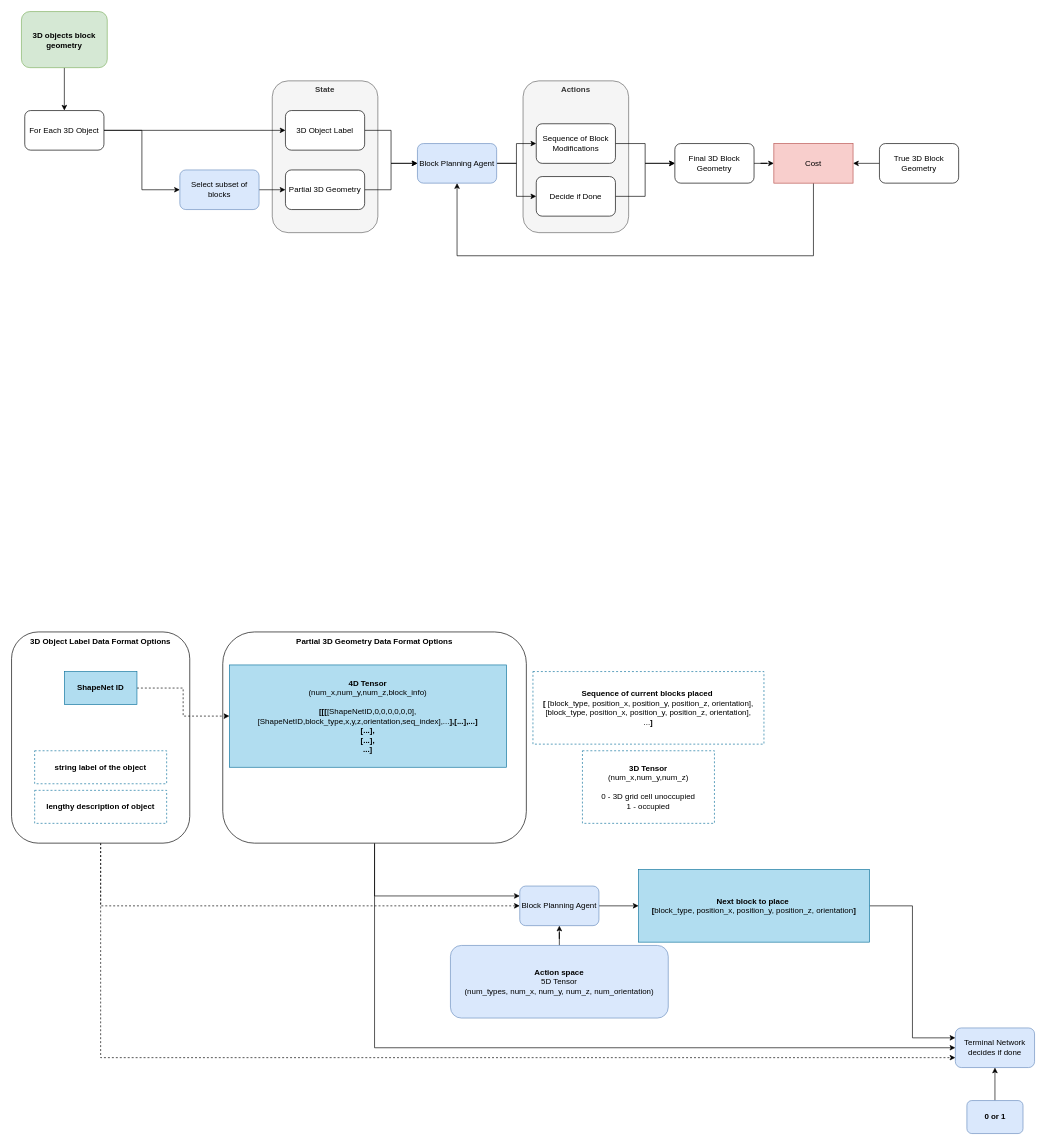
Above: block-laying-agent/block_laying_agent.drawio in holistudio/project-spaceship (draw.io), before the change. Source tidied: cells renumbered, new cells numbered last; positions are measured from the earlier drawing's top-left corner, leaving out a move shared by most shapes. Both pictures are drawn from the tidied source at 66%, with x=0, y=0 at pixel (11, 11).
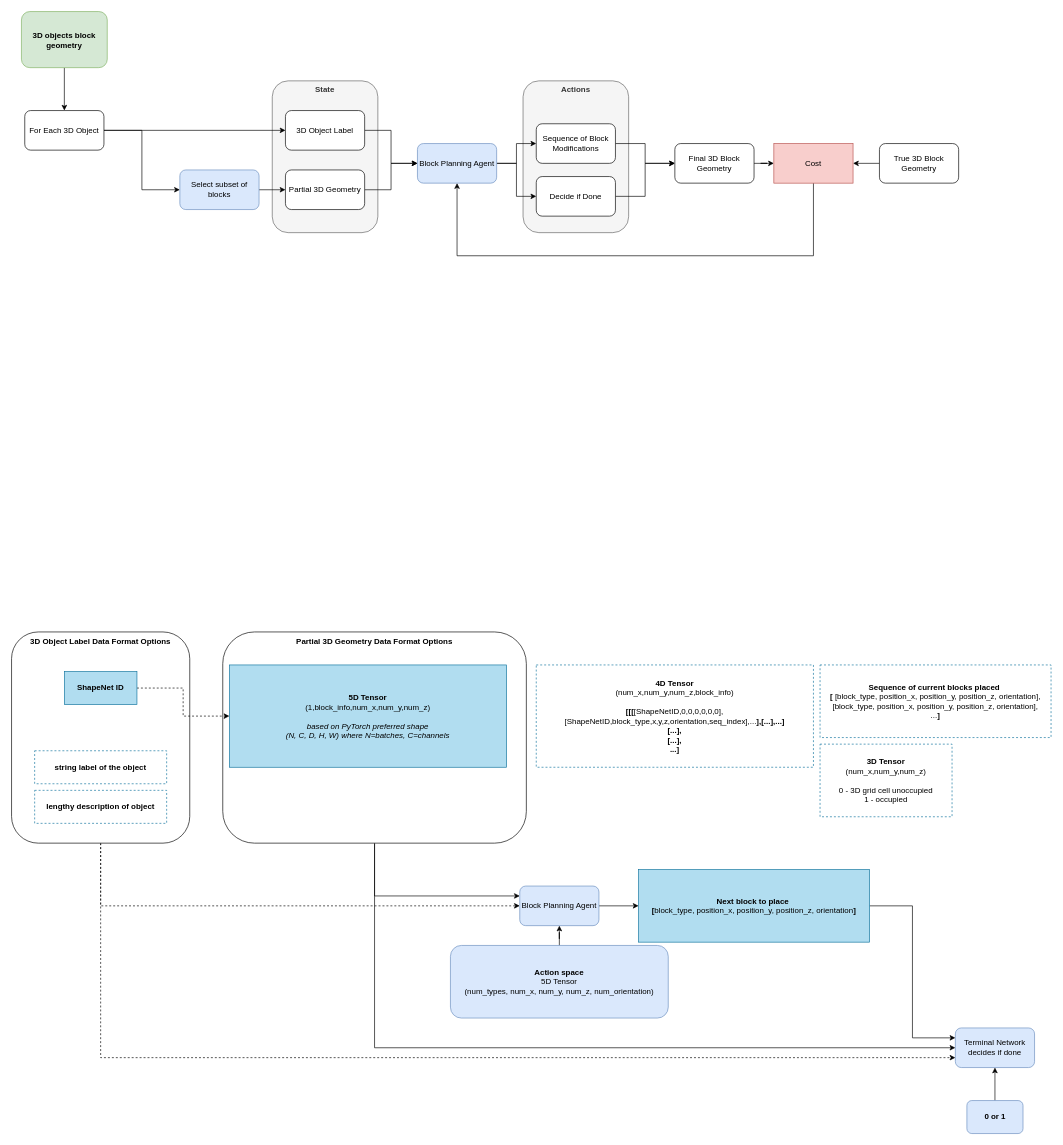
The same diagram, later.

Commit message:
Updated data format based on PyTorch Conv3D's preferred shape

(N,C,D,H,W) https://pytorch.org/docs/stable/generated/torch.nn.Conv3d.html

The edit, as a diff of the source:
```diff
@@
     <mxCell id="31" value="&lt;b&gt;3D Tensor&lt;br&gt;&lt;/b&gt;(num_x,num_y,num_z)&lt;br&gt;&lt;br&gt;0 - 3D grid cell unoccupied&lt;br&gt;1 - occupied" style="whiteSpace=wrap;html=1;fillColor=none;strokeColor=#10739e;fontStyle=0;dashed=1;" parent="1" vertex="1">
-      <mxGeometry x="865" y="1120" width="200" height="110" as="geometry" />
+      <mxGeometry x="1225" y="1110" width="200" height="110" as="geometry" />
     </mxCell>
     <mxCell id="32" value="&lt;b&gt;Sequence of current blocks placed&lt;/b&gt;&amp;nbsp;&lt;br&gt;&lt;b&gt;[&lt;/b&gt; [block_type, position_x, position_y, position_z, orientation],&lt;br&gt;[block_type, position_x, position_y, position_z, orientation],&lt;br&gt;...&lt;b&gt;]&lt;/b&gt;" style="whiteSpace=wrap;html=1;fillColor=none;strokeColor=#10739e;fontStyle=0;dashed=1;" parent="1" vertex="1">
-      <mxGeometry x="790" y="1000" width="350" height="110" as="geometry" />
+      <mxGeometry x="1225" y="990" width="350" height="110" as="geometry" />
     </mxCell>
@@
-    <mxCell id="49" value="&lt;b style=&quot;border-color: var(--border-color);&quot;&gt;4D Tensor&lt;br style=&quot;border-color: var(--border-color);&quot;&gt;&lt;/b&gt;(num_x,num_y,num_z,block_info)&lt;br&gt;&lt;b&gt;&lt;br&gt;[[[&lt;/b&gt;[ShapeNetID,0,0,0,0,0,0],[ShapeNetID,block_type,x,y,z,orientation,seq_index],...&lt;b&gt;],[...],...]&lt;br&gt;[...],&lt;br&gt;[...],&lt;br&gt;...]&lt;/b&gt;" style="whiteSpace=wrap;html=1;fillColor=#b1ddf0;strokeColor=#10739e;fontStyle=0;" parent="1" vertex="1">
+    <mxCell id="49" value="&lt;b style=&quot;border-color: var(--border-color);&quot;&gt;5D Tensor&lt;br style=&quot;border-color: var(--border-color);&quot;&gt;&lt;/b&gt;(1,block_info,num_x,num_y,num_z)&lt;br&gt;&lt;br&gt;&lt;i&gt;based on PyTorch preferred shape&lt;br&gt;(N, C, D, H, W) where N=batches, C=channels&lt;/i&gt;" style="whiteSpace=wrap;html=1;fillColor=#b1ddf0;strokeColor=#10739e;fontStyle=0;" parent="1" vertex="1">
       <mxGeometry x="330" y="990" width="420" height="155" as="geometry" />
     </mxCell>
+    <mxCell id="50" value="&lt;b style=&quot;border-color: var(--border-color);&quot;&gt;4D Tensor&lt;br style=&quot;border-color: var(--border-color);&quot;&gt;&lt;/b&gt;(num_x,num_y,num_z,block_info)&lt;br&gt;&lt;b&gt;&lt;br&gt;[[[&lt;/b&gt;[ShapeNetID,0,0,0,0,0,0],[ShapeNetID,block_type,x,y,z,orientation,seq_index],...&lt;b&gt;],[...],...]&lt;br&gt;[...],&lt;br&gt;[...],&lt;br&gt;...]&lt;/b&gt;" style="whiteSpace=wrap;html=1;fillColor=none;strokeColor=#10739e;fontStyle=0;dashed=1;" parent="1" vertex="1">
+      <mxGeometry x="795" y="990" width="420" height="155" as="geometry" />
+    </mxCell>
```
